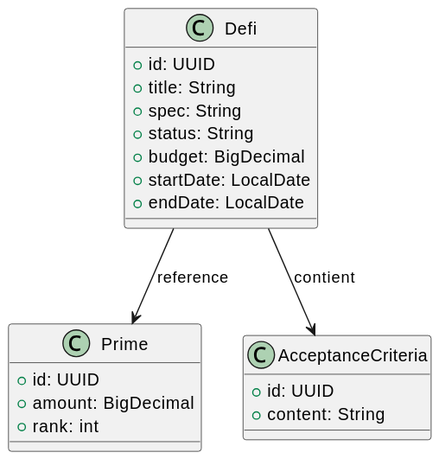
Before: docs/Diagrams/Challenges/ms1-challenges-class.svg, a diagram exported from PlantUML (reemslama/mini-projet-web). Source of this version:
```plantuml
@startuml
skinparam backgroundColor #FFFFFF
class Defi {
  +id: UUID
  +title: String
  +spec: String
  +status: String
  +budget: BigDecimal
  +startDate: LocalDate
  +endDate: LocalDate
}

class Prime {
  +id: UUID
  +amount: BigDecimal
  +rank: int
}

class AcceptanceCriteria {
  +id: UUID
  +content: String
}

Defi --> AcceptanceCriteria : contient
Defi --> Prime : reference
@enduml
```
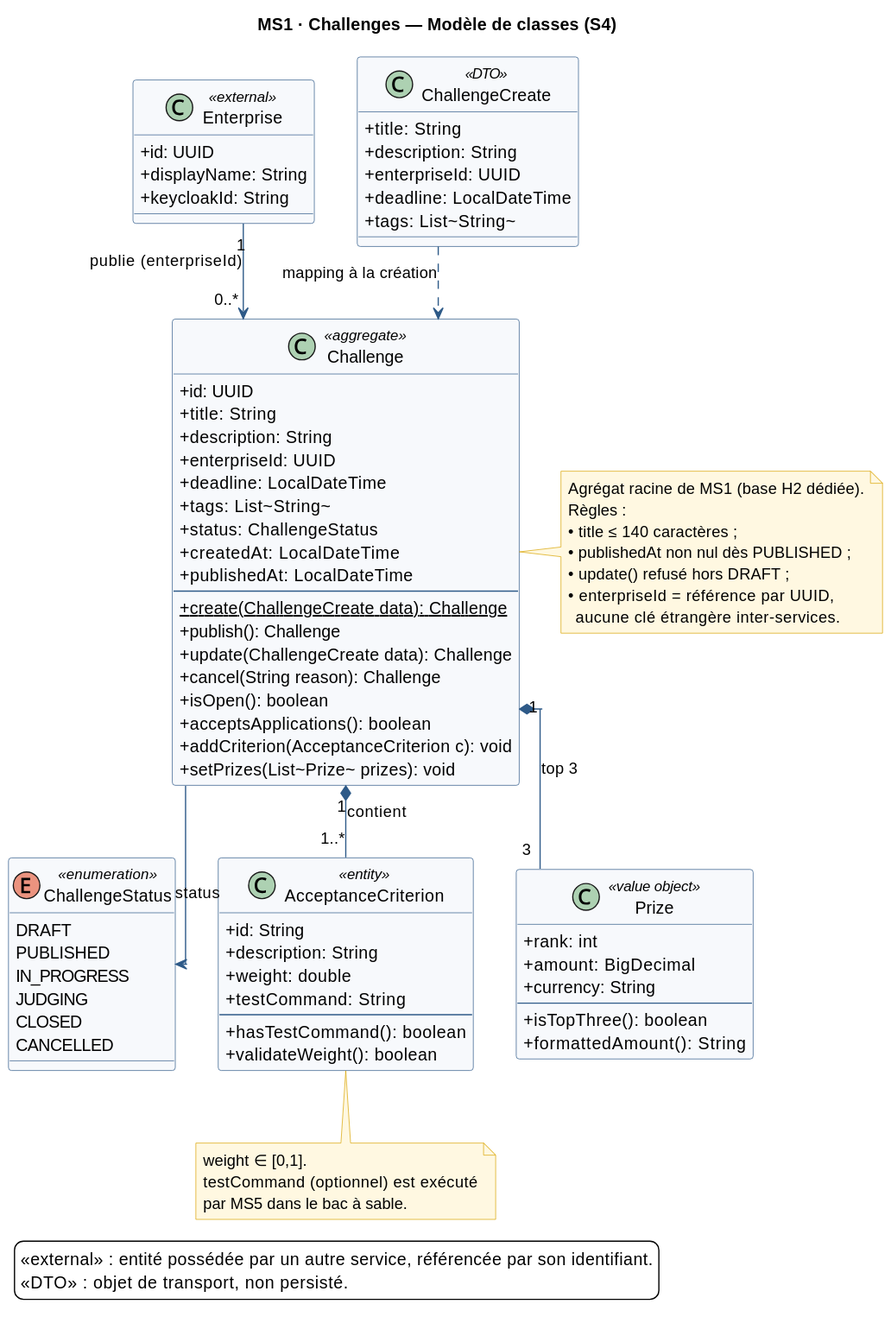
The same file after the commit.

What changed in the source:
```diff
@@ -1,26 +1,105 @@
 @startuml
+title MS1 · Challenges — Modèle de classes (S4)
+
 skinparam backgroundColor #FFFFFF
-class Defi {
+skinparam classAttributeIconSize 0
+skinparam shadowing false
+skinparam linetype ortho
+skinparam ClassBackgroundColor #F7F9FC
+skinparam ClassBorderColor #2E5A88
+skinparam ArrowColor #2E5A88
+skinparam FontName Helvetica
+skinparam FontSize 12
+skinparam NoteBackgroundColor #FFF8E1
+skinparam NoteBorderColor #D9A400
+
+enum ChallengeStatus <<enumeration>> {
+  DRAFT
+  PUBLISHED
+  IN_PROGRESS
+  JUDGING
+  CLOSED
+  CANCELLED
+}
+
+class Enterprise <<external>> {
+  +id: UUID
+  +displayName: String
+  +keycloakId: String
+}
+
+class Challenge <<aggregate>> {
   +id: UUID
   +title: String
-  +spec: String
-  +status: String
-  +budget: BigDecimal
-  +startDate: LocalDate
-  +endDate: LocalDate
+  +description: String
+  +enterpriseId: UUID
+  +deadline: LocalDateTime
+  +tags: List~String~
+  +status: ChallengeStatus
+  +createdAt: LocalDateTime
+  +publishedAt: LocalDateTime
+  --
+  +create(ChallengeCreate data): Challenge {static}
+  +publish(): Challenge
+  +update(ChallengeCreate data): Challenge
+  +cancel(String reason): Challenge
+  +isOpen(): boolean
+  +acceptsApplications(): boolean
+  +addCriterion(AcceptanceCriterion c): void
+  +setPrizes(List~Prize~ prizes): void
 }
 
-class Prime {
-  +id: UUID
-  +amount: BigDecimal
-  +rank: int
+class ChallengeCreate <<DTO>> {
+  +title: String
+  +description: String
+  +enterpriseId: UUID
+  +deadline: LocalDateTime
+  +tags: List~String~
 }
 
-class AcceptanceCriteria {
-  +id: UUID
-  +content: String
+class AcceptanceCriterion <<entity>> {
+  +id: String
+  +description: String
+  +weight: double
+  +testCommand: String
+  --
+  +hasTestCommand(): boolean
+  +validateWeight(): boolean
 }
 
-Defi --> AcceptanceCriteria : contient
-Defi --> Prime : reference
+class Prize <<value object>> {
+  +rank: int
+  +amount: BigDecimal
+  +currency: String
+  --
+  +isTopThree(): boolean
+  +formattedAmount(): String
+}
+
+Enterprise "1" --> "0..*" Challenge : publie (enterpriseId)
+ChallengeCreate ..> Challenge : mapping à la création
+Challenge "1" *-- "1..*" AcceptanceCriterion : contient
+Challenge "1" *-- "3" Prize : top 3
+Challenge --> ChallengeStatus : status
+
+note right of Challenge
+  Agrégat racine de MS1 (base H2 dédiée).
+  Règles :
+  • title ≤ 140 caractères ;
+  • publishedAt non nul dès PUBLISHED ;
+  • update() refusé hors DRAFT ;
+  • enterpriseId = référence par UUID,
+    aucune clé étrangère inter-services.
+end note
+
+note bottom of AcceptanceCriterion
+  weight ∈ [0,1].
+  testCommand (optionnel) est exécuté
+  par MS5 dans le bac à sable.
+end note
+
+legend bottom left
+  <<external>> : entité possédée par un autre service, référencée par son identifiant.
+  <<DTO>> : objet de transport, non persisté.
+end legend
 @enduml
```
